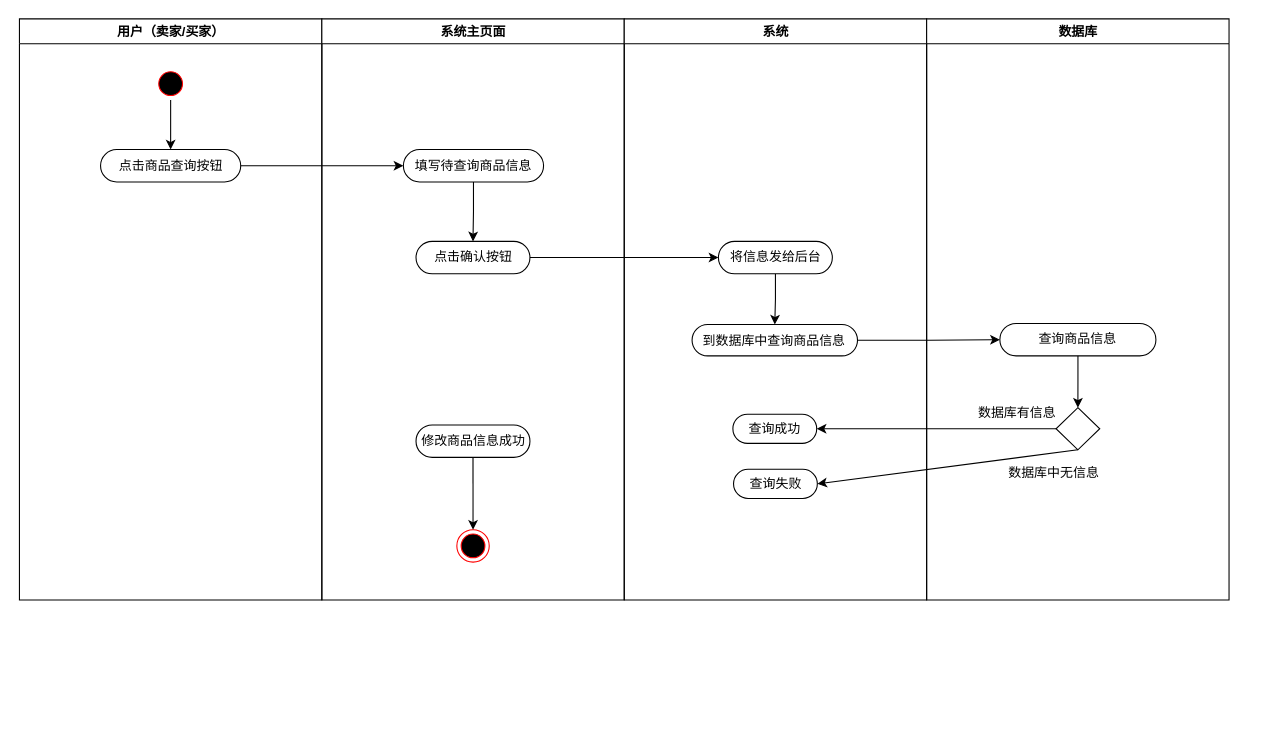
Above: 商品查询活动图.drawio in 200928/image (draw.io), before the change. Source tidied: cells renumbered, new cells numbered last; positions are measured from the earlier drawing's top-left corner, leaving out a move shared by most shapes. Both pictures are drawn from the tidied source at 108%, with x=0, y=0 at pixel (18, 18).
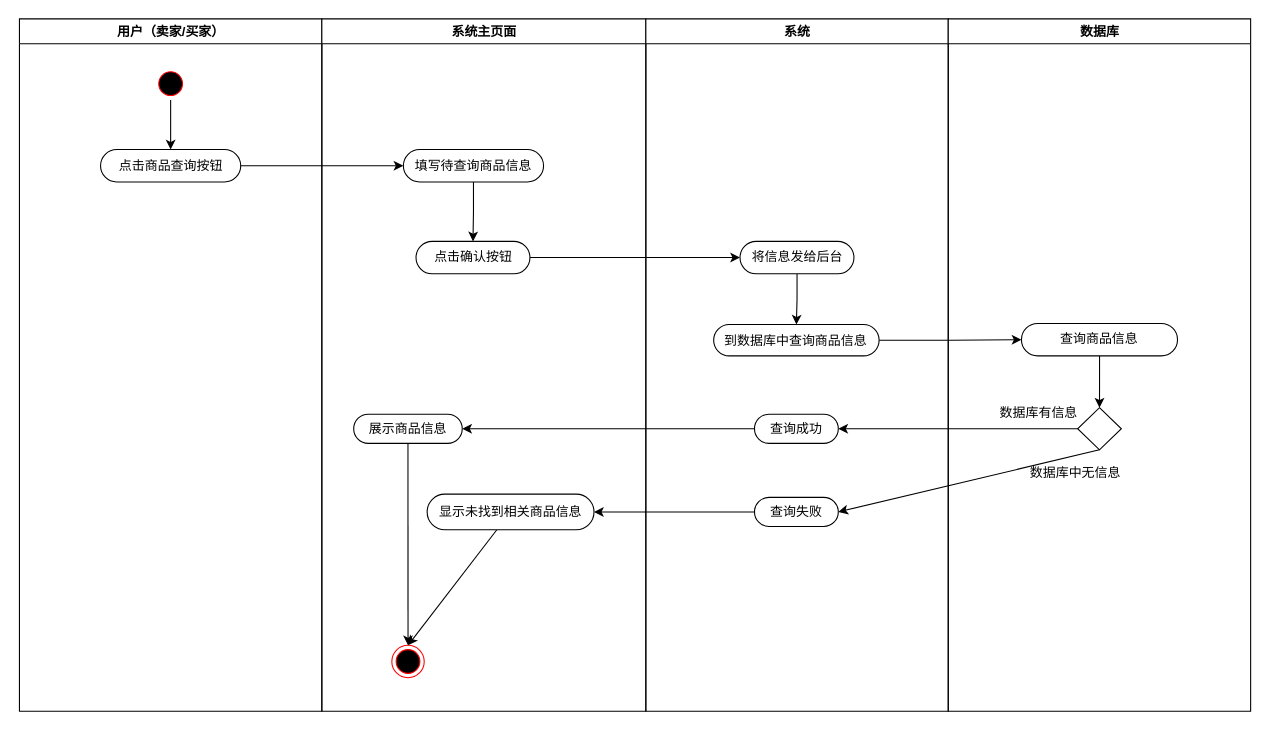
Above is the later version.

Commit message (it also covers changes not shown here):
更新商品查询活动图.drawio

Unchanged cells that the change refers to:
```xml
<mxCell id="17" value="查询成功" style="rounded=1;whiteSpace=wrap;html=1;arcSize=50;" parent="13" vertex="1">
  <mxGeometry x="100.6" y="366" width="77.6" height="27" as="geometry" />
</mxCell>
```

The edit, as a diff of the source:
```diff
@@
     <mxCell id="2" value="用户（卖家/买家）" style="swimlane;whiteSpace=wrap;" parent="1" vertex="1">
-      <mxGeometry x="0.5" width="280" height="538" as="geometry" />
+      <mxGeometry x="0.5" width="280" height="641" as="geometry" />
     </mxCell>
@@
     <mxCell id="6" value="系统主页面" style="swimlane;whiteSpace=wrap;" parent="1" vertex="1">
-      <mxGeometry x="280.5" width="280" height="538" as="geometry" />
+      <mxGeometry x="280.5" width="300" height="641" as="geometry" />
     </mxCell>
@@
     <mxCell id="10" style="ellipse;html=1;shape=endState;fillColor=#000000;strokeColor=#ff0000;" parent="6" vertex="1">
-      <mxGeometry x="125" y="473" width="30" height="30" as="geometry" />
+      <mxGeometry x="64.8" y="580" width="30" height="30" as="geometry" />
     </mxCell>
-    <mxCell id="11" style="edgeStyle=none;rounded=0;jettySize=auto;html=1;entryX=0.5;entryY=0;entryDx=0;entryDy=0;" parent="6" edge="1" source="12" target="10">
-      <mxGeometry relative="1" as="geometry" />
-    </mxCell>
-    <mxCell id="12" value="修改商品信息成功" style="rounded=1;whiteSpace=wrap;html=1;arcSize=50;" parent="6" vertex="1">
-      <mxGeometry x="87.2" y="376" width="105.5" height="30" as="geometry" />
-    </mxCell>
+    <mxCell id="30" style="edgeStyle=none;rounded=0;jettySize=auto;html=1;entryX=0.5;entryY=0;entryDx=0;entryDy=0;" parent="6" edge="1" source="31" target="10">
+      <mxGeometry relative="1" as="geometry" />
+    </mxCell>
+    <mxCell id="31" value="展示商品信息" style="rounded=1;whiteSpace=wrap;html=1;arcSize=50;" parent="6" vertex="1">
+      <mxGeometry x="29.5" y="366" width="100.5" height="27" as="geometry" />
+    </mxCell>
+    <mxCell id="32" style="edgeStyle=none;rounded=0;jettySize=auto;html=1;entryX=0.5;entryY=0;entryDx=0;entryDy=0;" parent="6" edge="1" source="33" target="10">
+      <mxGeometry relative="1" as="geometry" />
+    </mxCell>
+    <mxCell id="33" value="显示未找到相关商品信息" style="rounded=1;whiteSpace=wrap;html=1;arcSize=50;" parent="6" vertex="1">
+      <mxGeometry x="97.5" y="440" width="154.5" height="33" as="geometry" />
+    </mxCell>
     <mxCell id="13" value="系统" style="swimlane;whiteSpace=wrap;" parent="1" vertex="1">
-      <mxGeometry x="560.5" width="280" height="538" as="geometry" />
+      <mxGeometry x="580.5" width="280" height="641" as="geometry" />
     </mxCell>
@@
     <mxCell id="18" value="查询失败" style="rounded=1;whiteSpace=wrap;html=1;arcSize=50;" parent="13" vertex="1">
-      <mxGeometry x="101.2" y="417" width="77.6" height="27" as="geometry" />
+      <mxGeometry x="100.6" y="443" width="77.6" height="27" as="geometry" />
     </mxCell>
     <mxCell id="19" value="数据库" style="swimlane;whiteSpace=wrap;" parent="1" vertex="1">
-      <mxGeometry x="840.5" width="280" height="538" as="geometry" />
+      <mxGeometry x="860.5" width="280" height="641" as="geometry" />
     </mxCell>
@@
+    <mxCell id="34" style="edgeStyle=none;rounded=0;jettySize=auto;html=1;entryX=1;entryY=0.5;entryDx=0;entryDy=0;" parent="1" edge="1" source="17" target="31">
+      <mxGeometry relative="1" as="geometry" />
+    </mxCell>
+    <mxCell id="35" style="edgeStyle=none;rounded=0;jettySize=auto;html=1;entryX=1;entryY=0.5;entryDx=0;entryDy=0;" parent="1" edge="1" source="18" target="33">
+      <mxGeometry relative="1" as="geometry" />
+    </mxCell>
```
